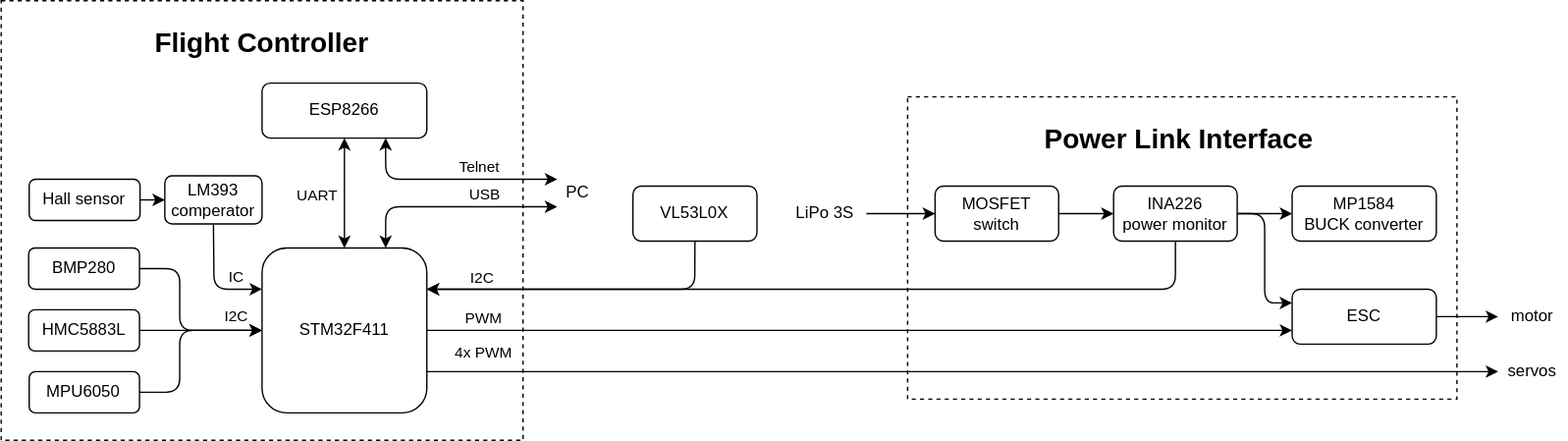
Earlier version of the draw.io export docs/electronics_diagram.drawio.svg (Eryk-Mozdzen/uav-tvc-goose). Source tidied: cells renumbered, new cells last; positions are measured from the earlier drawing's top-left corner, leaving out a move shared by most shapes.
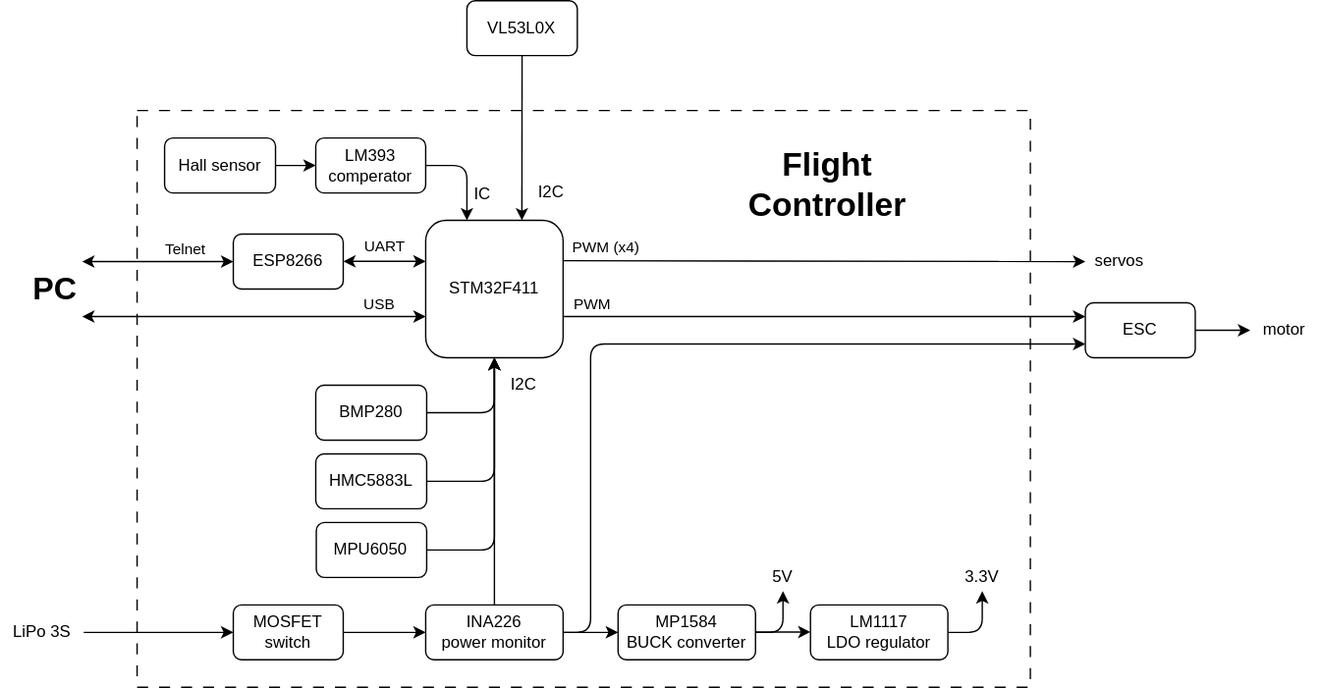
The same diagram one commit later.

Diff of the diagram source:
```diff
@@ -2,195 +2,213 @@
   <root>
     <mxCell id="0" />
     <mxCell id="1" parent="0" />
-    <mxCell id="2" style="rounded=0;whiteSpace=wrap;html=1;dashed=1;" parent="1" vertex="1">
-      <mxGeometry x="660" y="70" width="400" height="220" as="geometry" />
-    </mxCell>
-    <mxCell id="3" style="rounded=0;whiteSpace=wrap;html=1;dashed=1;" parent="1" vertex="1">
-      <mxGeometry width="380" height="320" as="geometry" />
-    </mxCell>
+    <mxCell id="47" style="rounded=0;whiteSpace=wrap;html=1;labelBackgroundColor=none;fontSize=23;dashed=1;dashPattern=8 8;" parent="1" vertex="1">
+      <mxGeometry x="180" y="390" width="650" height="420" as="geometry" />
+    </mxCell>
     <mxCell id="4" value="STM32F411" style="rounded=1;whiteSpace=wrap;html=1;" parent="1" vertex="1">
-      <mxGeometry x="189.9" y="180" width="120" height="120" as="geometry" />
+      <mxGeometry x="390" y="470" width="100" height="100" as="geometry" />
     </mxCell>
     <mxCell id="5" value="ESP8266" style="rounded=1;whiteSpace=wrap;html=1;" parent="1" vertex="1">
-      <mxGeometry x="189.9" y="60" width="120" height="40" as="geometry" />
+      <mxGeometry x="250" y="480" width="80" height="40" as="geometry" />
     </mxCell>
     <mxCell id="6" style="endArrow=classic;html=1;exitX=1;exitY=0.5;exitDx=0;exitDy=0;entryX=0;entryY=0.5;entryDx=0;entryDy=0;" parent="1" edge="1" source="20" target="19">
       <mxGeometry relative="1" as="geometry" />
     </mxCell>
-    <mxCell id="7" style="endArrow=classic;html=1;exitX=1;exitY=0.5;exitDx=0;exitDy=0;entryX=0;entryY=0.75;entryDx=0;entryDy=0;" parent="1" edge="1" source="4" target="44">
+    <mxCell id="7" style="endArrow=classic;html=1;entryX=0;entryY=0.25;entryDx=0;entryDy=0;exitX=1;exitY=0.7;exitDx=0;exitDy=0;exitPerimeter=0;" parent="1" edge="1" source="4" target="44">
       <mxGeometry relative="1" as="geometry" />
     </mxCell>
     <mxCell id="8" value="PWM" style="edgeLabel;html=1;align=center;verticalAlign=middle;" parent="7" vertex="1">
       <mxGeometry x="-0.23" y="-1" relative="1" as="geometry">
-        <mxPoint x="-201" y="-11" as="offset" />
+        <mxPoint x="-126" y="-11" as="offset" />
       </mxGeometry>
     </mxCell>
-    <mxCell id="9" style="endArrow=classic;html=1;entryX=0;entryY=0.5;entryDx=0;entryDy=0;exitX=1;exitY=0.75;exitDx=0;exitDy=0;" parent="1" edge="1" source="4" target="11">
-      <mxGeometry relative="1" as="geometry" />
+    <mxCell id="9" style="endArrow=classic;html=1;entryX=0;entryY=0.5;entryDx=0;entryDy=0;" parent="1" edge="1" target="11">
+      <mxGeometry relative="1" as="geometry">
+        <mxPoint x="490" y="499.3" as="sourcePoint" />
+      </mxGeometry>
     </mxCell>
-    <mxCell id="10" value="4x PWM" style="edgeLabel;html=1;align=center;verticalAlign=middle;" parent="9" vertex="1">
+    <mxCell id="10" value="PWM (x4)" style="edgeLabel;html=1;align=center;verticalAlign=middle;" parent="9" vertex="1">
       <mxGeometry x="0.34" y="1" relative="1" as="geometry">
-        <mxPoint x="-483" y="-14" as="offset" />
+        <mxPoint x="-225" y="-9" as="offset" />
       </mxGeometry>
     </mxCell>
     <mxCell id="11" value="servos" style="text;html=1;strokeColor=none;fillColor=none;align=center;verticalAlign=middle;whiteSpace=wrap;rounded=0;" parent="1" vertex="1">
-      <mxGeometry x="1090" y="250" width="50" height="40" as="geometry" />
+      <mxGeometry x="870" y="480" width="50" height="40" as="geometry" />
     </mxCell>
     <mxCell id="12" value="HMC5883L" style="rounded=1;whiteSpace=wrap;html=1;" parent="1" vertex="1">
-      <mxGeometry x="20" y="225" width="80.7" height="30" as="geometry" />
+      <mxGeometry x="310" y="640" width="80.7" height="40" as="geometry" />
     </mxCell>
     <mxCell id="13" value="MPU6050" style="rounded=1;whiteSpace=wrap;html=1;" parent="1" vertex="1">
-      <mxGeometry x="20.4" y="270" width="80.3" height="30" as="geometry" />
+      <mxGeometry x="310.4" y="690" width="80.3" height="40" as="geometry" />
     </mxCell>
-    <mxCell id="14" style="endArrow=none;startArrow=classic;html=1;exitX=0;exitY=0.5;exitDx=0;exitDy=0;entryX=1;entryY=0.5;entryDx=0;entryDy=0;endFill=0;" parent="1" edge="1" source="4" target="13">
-      <mxGeometry relative="1" as="geometry">
-        <Array as="points">
-          <mxPoint x="130" y="240" />
-          <mxPoint x="130" y="285" />
-        </Array>
-      </mxGeometry>
-    </mxCell>
-    <mxCell id="15" style="endArrow=none;startArrow=classic;html=1;exitX=0;exitY=0.5;exitDx=0;exitDy=0;entryX=1;entryY=0.5;entryDx=0;entryDy=0;endFill=0;" parent="1" edge="1" source="4" target="12">
-      <mxGeometry relative="1" as="geometry">
-        <Array as="points">
-          <mxPoint x="150" y="240" />
-        </Array>
-      </mxGeometry>
-    </mxCell>
     <mxCell id="16" value="BMP280" style="rounded=1;whiteSpace=wrap;html=1;" parent="1" vertex="1">
-      <mxGeometry x="20" y="180" width="80.7" height="30" as="geometry" />
+      <mxGeometry x="310" y="590" width="80.7" height="40" as="geometry" />
     </mxCell>
-    <mxCell id="17" style="endArrow=none;startArrow=classic;html=1;exitX=0;exitY=0.5;exitDx=0;exitDy=0;entryX=1;entryY=0.5;entryDx=0;entryDy=0;startFill=1;endFill=0;" parent="1" edge="1" source="4" target="16">
-      <mxGeometry relative="1" as="geometry">
-        <Array as="points">
-          <mxPoint x="130" y="240" />
-          <mxPoint x="130" y="195" />
-        </Array>
-      </mxGeometry>
-    </mxCell>
-    <mxCell id="18" value="I2C" style="edgeLabel;html=1;align=center;verticalAlign=middle;labelBackgroundColor=none;" parent="17" vertex="1">
-      <mxGeometry x="0.44" relative="1" as="geometry">
-        <mxPoint x="40" y="27" as="offset" />
-      </mxGeometry>
-    </mxCell>
     <mxCell id="19" value="&lt;div&gt;MP1584&lt;/div&gt;&lt;div&gt;BUCK converter&lt;/div&gt;" style="rounded=1;whiteSpace=wrap;html=1;" parent="1" vertex="1">
-      <mxGeometry x="940" y="135" width="105" height="40" as="geometry" />
+      <mxGeometry x="530" y="750" width="100" height="40" as="geometry" />
     </mxCell>
     <mxCell id="20" value="INA226&lt;br&gt;power monitor" style="rounded=1;whiteSpace=wrap;html=1;" parent="1" vertex="1">
-      <mxGeometry x="810" y="135" width="90" height="40" as="geometry" />
+      <mxGeometry x="390" y="750" width="100" height="40" as="geometry" />
     </mxCell>
     <mxCell id="21" style="endArrow=classic;html=1;entryX=0;entryY=0.5;entryDx=0;entryDy=0;exitX=1;exitY=0.5;exitDx=0;exitDy=0;" parent="1" edge="1" source="26" target="38">
       <mxGeometry relative="1" as="geometry" />
     </mxCell>
-    <mxCell id="22" style="endArrow=classic;html=1;entryX=1;entryY=0.25;entryDx=0;entryDy=0;startArrow=none;startFill=0;exitX=0.5;exitY=1;exitDx=0;exitDy=0;endFill=1;" parent="1" edge="1" source="20" target="4">
-      <mxGeometry relative="1" as="geometry">
-        <Array as="points">
-          <mxPoint x="855" y="210" />
-        </Array>
-      </mxGeometry>
-    </mxCell>
-    <mxCell id="23" value="I2C" style="edgeLabel;html=1;align=center;verticalAlign=middle;fontSize=11;" parent="22" vertex="1">
-      <mxGeometry x="0.55" y="-1" relative="1" as="geometry">
-        <mxPoint x="-92" y="-8" as="offset" />
-      </mxGeometry>
-    </mxCell>
-    <mxCell id="24" style="endArrow=classic;startArrow=classic;html=1;exitX=0.5;exitY=0;exitDx=0;exitDy=0;entryX=0.5;entryY=1;entryDx=0;entryDy=0;" parent="1" edge="1" source="4" target="5">
-      <mxGeometry relative="1" as="geometry" />
+    <mxCell id="24" style="endArrow=classic;startArrow=classic;html=1;" parent="1" edge="1">
+      <mxGeometry relative="1" as="geometry">
+        <mxPoint x="390" y="499.8" as="sourcePoint" />
+        <mxPoint x="330" y="499.8" as="targetPoint" />
+      </mxGeometry>
     </mxCell>
-    <mxCell id="25" value="UART" style="edgeLabel;html=1;align=center;verticalAlign=middle;" parent="24" vertex="1">
+    <mxCell id="25" value="UART" style="edgeLabel;html=1;align=center;verticalAlign=middle;labelBackgroundColor=none;" parent="24" vertex="1">
       <mxGeometry x="0.11" relative="1" as="geometry">
-        <mxPoint x="-20" y="5" as="offset" />
+        <mxPoint x="2" y="-11" as="offset" />
       </mxGeometry>
     </mxCell>
     <mxCell id="26" value="LiPo 3S" style="text;html=1;strokeColor=none;fillColor=none;align=center;verticalAlign=middle;whiteSpace=wrap;rounded=0;dashed=1;" parent="1" vertex="1">
-      <mxGeometry x="570" y="140" width="60" height="30" as="geometry" />
+      <mxGeometry x="81.2" y="755" width="60" height="30" as="geometry" />
     </mxCell>
-    <mxCell id="27" value="&lt;h1&gt;&lt;font style=&quot;font-size: 20px&quot;&gt;Flight Controller&lt;/font&gt;&lt;/h1&gt;" style="text;html=1;strokeColor=none;fillColor=none;spacing=5;spacingTop=-20;whiteSpace=wrap;overflow=hidden;rounded=0;dashed=1;align=center;" parent="1" vertex="1">
-      <mxGeometry x="90" y="10" width="200" height="42.5" as="geometry" />
-    </mxCell>
-    <mxCell id="28" value="&lt;h1&gt;&lt;font style=&quot;font-size: 20px&quot;&gt;Power Link Interface&lt;/font&gt;&lt;/h1&gt;" style="text;html=1;strokeColor=none;fillColor=none;spacing=5;spacingTop=-20;whiteSpace=wrap;overflow=hidden;rounded=0;dashed=1;" parent="1" vertex="1">
-      <mxGeometry x="755" y="80" width="210" height="40" as="geometry" />
-    </mxCell>
-    <mxCell id="29" value="VL53L0X" style="rounded=1;whiteSpace=wrap;html=1;" parent="1" vertex="1">
-      <mxGeometry x="460" y="135" width="90.3" height="40" as="geometry" />
-    </mxCell>
-    <mxCell id="30" value="PC" style="text;html=1;strokeColor=none;fillColor=none;align=center;verticalAlign=middle;whiteSpace=wrap;rounded=0;" parent="1" vertex="1">
-      <mxGeometry x="404.8" y="120" width="30" height="40" as="geometry" />
+    <mxCell id="30" value="PC" style="text;html=1;strokeColor=none;fillColor=none;align=center;verticalAlign=middle;whiteSpace=wrap;rounded=0;fontStyle=1;fontSize=23;" parent="1" vertex="1">
+      <mxGeometry x="100.4" y="500" width="40.8" height="40" as="geometry" />
     </mxCell>
-    <mxCell id="31" style="endArrow=classic;html=1;entryX=0;entryY=0.75;entryDx=0;entryDy=0;exitX=0.75;exitY=0;exitDx=0;exitDy=0;startArrow=classic;startFill=1;" parent="1" edge="1" source="4" target="30">
+    <mxCell id="31" style="endArrow=classic;html=1;startArrow=classic;startFill=1;" parent="1" edge="1">
       <mxGeometry relative="1" as="geometry">
-        <Array as="points">
-          <mxPoint x="280" y="150" />
-        </Array>
+        <mxPoint x="390" y="540" as="sourcePoint" />
+        <mxPoint x="140" y="540" as="targetPoint" />
       </mxGeometry>
     </mxCell>
     <mxCell id="32" value="USB" style="edgeLabel;html=1;align=center;verticalAlign=middle;" parent="31" vertex="1">
       <mxGeometry x="0.05" relative="1" as="geometry">
-        <mxPoint x="21" y="-10" as="offset" />
+        <mxPoint x="96" y="-10" as="offset" />
       </mxGeometry>
     </mxCell>
-    <mxCell id="33" style="endArrow=classic;startArrow=classic;html=1;exitX=0.75;exitY=1;exitDx=0;exitDy=0;entryX=0;entryY=0.25;entryDx=0;entryDy=0;" parent="1" edge="1" source="5" target="30">
+    <mxCell id="33" style="endArrow=classic;startArrow=classic;html=1;entryX=0;entryY=0.5;entryDx=0;entryDy=0;" parent="1" edge="1" target="5">
       <mxGeometry relative="1" as="geometry">
-        <Array as="points">
-          <mxPoint x="280" y="130" />
-        </Array>
+        <mxPoint x="140" y="500" as="sourcePoint" />
       </mxGeometry>
     </mxCell>
-    <mxCell id="34" value="Telnet" style="edgeLabel;html=1;align=center;verticalAlign=middle;" parent="33" vertex="1">
+    <mxCell id="34" value="Telnet" style="edgeLabel;html=1;align=center;verticalAlign=middle;labelBackgroundColor=none;" parent="33" vertex="1">
       <mxGeometry x="-0.23" y="1" relative="1" as="geometry">
-        <mxPoint x="38" y="-9" as="offset" />
+        <mxPoint x="31" y="-9" as="offset" />
       </mxGeometry>
     </mxCell>
-    <mxCell id="35" style="endArrow=none;startArrow=classic;html=1;exitX=1;exitY=0.25;exitDx=0;exitDy=0;entryX=0.5;entryY=1;entryDx=0;entryDy=0;endFill=0;" parent="1" edge="1" source="4" target="29">
-      <mxGeometry relative="1" as="geometry">
-        <Array as="points">
-          <mxPoint x="505" y="210" />
-        </Array>
-      </mxGeometry>
-    </mxCell>
     <mxCell id="36" value="motor" style="text;html=1;strokeColor=none;fillColor=none;align=center;verticalAlign=middle;whiteSpace=wrap;rounded=0;" parent="1" vertex="1">
-      <mxGeometry x="1090" y="215" width="50" height="30" as="geometry" />
+      <mxGeometry x="990" y="535" width="50" height="30" as="geometry" />
     </mxCell>
-    <mxCell id="37" style="endArrow=classic;html=1;exitX=1;exitY=0.5;exitDx=0;exitDy=0;entryX=0;entryY=0.5;entryDx=0;entryDy=0;" parent="1" edge="1" source="44" target="36">
-      <mxGeometry relative="1" as="geometry" />
-    </mxCell>
     <mxCell id="38" value="MOSFET&lt;br&gt;switch" style="rounded=1;whiteSpace=wrap;html=1;" parent="1" vertex="1">
-      <mxGeometry x="680" y="135" width="90" height="40" as="geometry" />
+      <mxGeometry x="250" y="750" width="80" height="40" as="geometry" />
     </mxCell>
     <mxCell id="39" style="endArrow=classic;html=1;entryX=0;entryY=0.5;entryDx=0;entryDy=0;exitX=1;exitY=0.5;exitDx=0;exitDy=0;" parent="1" edge="1" source="38" target="20">
       <mxGeometry relative="1" as="geometry" />
     </mxCell>
-    <mxCell id="40" style="edgeStyle=none;html=1;startArrow=classic;startFill=1;endArrow=none;endFill=0;entryX=1;entryY=0.5;entryDx=0;entryDy=0;" parent="1" edge="1" source="41" target="46">
-      <mxGeometry relative="1" as="geometry" />
-    </mxCell>
+    <mxCell id="48" style="edgeStyle=none;html=1;fontSize=12;exitX=1;exitY=0.5;exitDx=0;exitDy=0;" parent="1" edge="1" source="41">
+      <mxGeometry relative="1" as="geometry">
+        <mxPoint x="420" y="470" as="targetPoint" />
+        <Array as="points">
+          <mxPoint x="420" y="430" />
+        </Array>
+      </mxGeometry>
+    </mxCell>
+    <mxCell id="43" value="IC" style="edgeLabel;html=1;align=center;verticalAlign=middle;fontSize=12;" parent="48" vertex="1">
+      <mxGeometry x="0.32" y="1" relative="1" as="geometry">
+        <mxPoint x="9" y="4" as="offset" />
+      </mxGeometry>
+    </mxCell>
     <mxCell id="41" value="LM393&lt;br&gt;comperator" style="rounded=1;whiteSpace=wrap;html=1;" parent="1" vertex="1">
-      <mxGeometry x="119.2" y="127.5" width="70.8" height="35" as="geometry" />
+      <mxGeometry x="310" y="410" width="80" height="40" as="geometry" />
     </mxCell>
-    <mxCell id="42" style="endArrow=classic;html=1;entryX=0;entryY=0.25;entryDx=0;entryDy=0;exitX=0.5;exitY=1;exitDx=0;exitDy=0;" parent="1" edge="1" source="41" target="4">
-      <mxGeometry relative="1" as="geometry">
-        <Array as="points">
-          <mxPoint x="155" y="210" />
-        </Array>
-      </mxGeometry>
-    </mxCell>
-    <mxCell id="43" value="IC" style="edgeLabel;html=1;align=center;verticalAlign=middle;" parent="42" vertex="1">
-      <mxGeometry x="0.66" y="2" relative="1" as="geometry">
-        <mxPoint x="-5" y="-8" as="offset" />
-      </mxGeometry>
-    </mxCell>
+    <mxCell id="37" style="edgeStyle=none;html=1;entryX=0;entryY=0.5;entryDx=0;entryDy=0;fontSize=12;" parent="1" edge="1" source="44" target="36">
+      <mxGeometry relative="1" as="geometry" />
+    </mxCell>
     <mxCell id="44" value="ESC" style="rounded=1;whiteSpace=wrap;html=1;" parent="1" vertex="1">
-      <mxGeometry x="940" y="210" width="105" height="40" as="geometry" />
+      <mxGeometry x="870" y="530" width="80" height="40" as="geometry" />
     </mxCell>
+    <mxCell id="49" style="edgeStyle=none;html=1;entryX=0;entryY=0.5;entryDx=0;entryDy=0;fontSize=12;" parent="1" edge="1" source="46" target="41">
+      <mxGeometry relative="1" as="geometry" />
+    </mxCell>
+    <mxCell id="46" value="Hall sensor" style="rounded=1;whiteSpace=wrap;html=1;" parent="1" vertex="1">
+      <mxGeometry x="200" y="410" width="80.7" height="40" as="geometry" />
+    </mxCell>
+    <mxCell id="50" style="edgeStyle=none;html=1;fontSize=12;" parent="1" edge="1" source="29">
+      <mxGeometry relative="1" as="geometry">
+        <mxPoint x="460" y="470" as="targetPoint" />
+      </mxGeometry>
+    </mxCell>
+    <mxCell id="51" value="I2C" style="edgeLabel;html=1;align=center;verticalAlign=middle;fontSize=12;" parent="50" vertex="1">
+      <mxGeometry x="-0.52" y="-1" relative="1" as="geometry">
+        <mxPoint x="21" y="71" as="offset" />
+      </mxGeometry>
+    </mxCell>
+    <mxCell id="29" value="VL53L0X" style="rounded=1;whiteSpace=wrap;html=1;" parent="1" vertex="1">
+      <mxGeometry x="420" y="310" width="80.3" height="40" as="geometry" />
+    </mxCell>
+    <mxCell id="52" style="endArrow=classic;html=1;entryX=0;entryY=0.5;entryDx=0;entryDy=0;exitX=1;exitY=0.5;exitDx=0;exitDy=0;" parent="1" edge="1">
+      <mxGeometry relative="1" as="geometry">
+        <mxPoint x="630" y="769.8" as="sourcePoint" />
+        <mxPoint x="670" y="769.8" as="targetPoint" />
+      </mxGeometry>
+    </mxCell>
+    <mxCell id="53" value="5V" style="text;html=1;strokeColor=none;fillColor=none;align=center;verticalAlign=middle;whiteSpace=wrap;rounded=0;dashed=1;dashPattern=8 8;labelBackgroundColor=none;fontSize=12;" parent="1" vertex="1">
+      <mxGeometry x="640" y="720" width="20" height="20" as="geometry" />
+    </mxCell>
+    <mxCell id="54" value="&lt;div&gt;LM1117&lt;/div&gt;&lt;div&gt;LDO regulator&lt;/div&gt;" style="rounded=1;whiteSpace=wrap;html=1;" parent="1" vertex="1">
+      <mxGeometry x="670" y="750" width="100" height="40" as="geometry" />
+    </mxCell>
+    <mxCell id="55" value="3.3V" style="text;html=1;strokeColor=none;fillColor=none;align=center;verticalAlign=middle;whiteSpace=wrap;rounded=0;dashed=1;dashPattern=8 8;labelBackgroundColor=none;fontSize=12;" parent="1" vertex="1">
+      <mxGeometry x="780" y="720" width="30" height="20" as="geometry" />
+    </mxCell>
+    <mxCell id="56" style="endArrow=classic;html=1;fontSize=12;exitX=1;exitY=0.5;exitDx=0;exitDy=0;entryX=0.5;entryY=1;entryDx=0;entryDy=0;" parent="1" edge="1" source="19" target="53">
+      <mxGeometry relative="1" as="geometry">
+        <Array as="points">
+          <mxPoint x="650" y="770" />
+        </Array>
+      </mxGeometry>
+    </mxCell>
+    <mxCell id="57" style="endArrow=classic;html=1;fontSize=12;exitX=1;exitY=0.5;exitDx=0;exitDy=0;entryX=0.5;entryY=1;entryDx=0;entryDy=0;" parent="1" edge="1" source="54" target="55">
+      <mxGeometry relative="1" as="geometry">
+        <Array as="points">
+          <mxPoint x="795" y="770" />
+        </Array>
+      </mxGeometry>
+    </mxCell>
-    <mxCell id="45" style="endArrow=classic;html=1;exitX=1;exitY=0.5;exitDx=0;exitDy=0;entryX=0;entryY=0.25;entryDx=0;entryDy=0;" parent="1" edge="1" source="20" target="44">
+    <mxCell id="45" style="endArrow=classic;html=1;fontSize=12;exitX=1;exitY=0.5;exitDx=0;exitDy=0;entryX=0;entryY=0.75;entryDx=0;entryDy=0;" parent="1" edge="1" source="20" target="44">
       <mxGeometry relative="1" as="geometry">
         <Array as="points">
-          <mxPoint x="920" y="155" />
-          <mxPoint x="920" y="220" />
+          <mxPoint x="510" y="770" />
+          <mxPoint x="510" y="560" />
         </Array>
       </mxGeometry>
     </mxCell>
-    <mxCell id="46" value="Hall sensor" style="rounded=1;whiteSpace=wrap;html=1;" parent="1" vertex="1">
-      <mxGeometry x="20.4" y="130" width="80.7" height="30" as="geometry" />
-    </mxCell>
+    <mxCell id="27" value="&lt;h1&gt;Flight Controller&lt;/h1&gt;" style="text;html=1;strokeColor=none;fillColor=none;spacing=5;spacingTop=-20;whiteSpace=wrap;overflow=hidden;rounded=0;dashed=1;dashPattern=8 8;labelBackgroundColor=none;fontSize=12;align=center;" parent="1" vertex="1">
+      <mxGeometry x="595" y="410" width="175" height="70" as="geometry" />
+    </mxCell>
+    <mxCell id="58" style="endArrow=classic;html=1;fontSize=12;exitX=1;exitY=0.5;exitDx=0;exitDy=0;entryX=0.5;entryY=1;entryDx=0;entryDy=0;" parent="1" edge="1" source="16" target="4">
+      <mxGeometry relative="1" as="geometry">
+        <Array as="points">
+          <mxPoint x="440" y="610" />
+        </Array>
+      </mxGeometry>
+    </mxCell>
+    <mxCell id="59" style="endArrow=classic;html=1;fontSize=12;exitX=1;exitY=0.5;exitDx=0;exitDy=0;entryX=0.5;entryY=1;entryDx=0;entryDy=0;" parent="1" edge="1" source="12" target="4">
+      <mxGeometry relative="1" as="geometry">
+        <Array as="points">
+          <mxPoint x="440" y="660" />
+        </Array>
+      </mxGeometry>
+    </mxCell>
+    <mxCell id="60" style="endArrow=classic;html=1;fontSize=12;exitX=1;exitY=0.5;exitDx=0;exitDy=0;entryX=0.5;entryY=1;entryDx=0;entryDy=0;" parent="1" edge="1" source="13" target="4">
+      <mxGeometry relative="1" as="geometry">
+        <Array as="points">
+          <mxPoint x="440" y="710" />
+        </Array>
+      </mxGeometry>
+    </mxCell>
+    <mxCell id="22" style="endArrow=classic;html=1;fontSize=12;exitX=0.5;exitY=0;exitDx=0;exitDy=0;entryX=0.5;entryY=1;entryDx=0;entryDy=0;" parent="1" edge="1" source="20" target="4">
+      <mxGeometry relative="1" as="geometry" />
+    </mxCell>
+    <mxCell id="61" value="I2C" style="edgeLabel;html=1;align=center;verticalAlign=middle;fontSize=12;" parent="22" vertex="1">
+      <mxGeometry x="0.74" y="1" relative="1" as="geometry">
+        <mxPoint x="21" y="-5" as="offset" />
+      </mxGeometry>
+    </mxCell>
   </root>
 </mxGraphModel>
```
